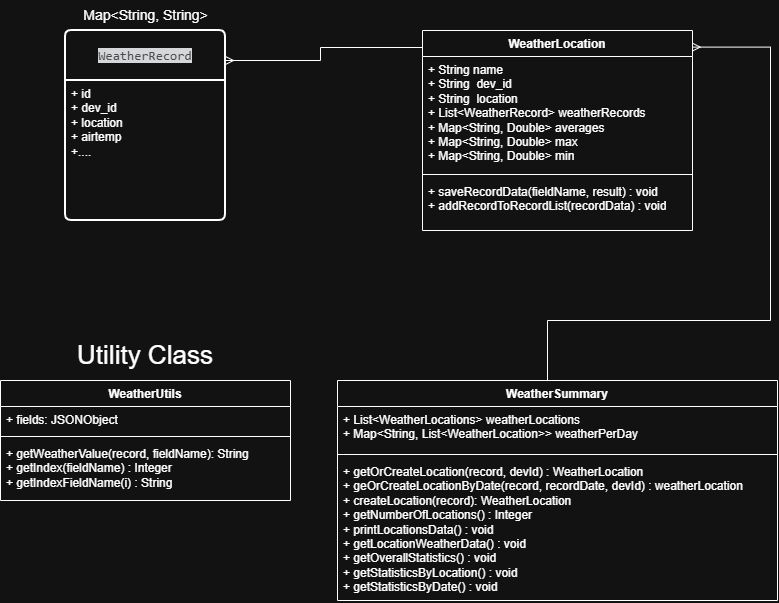
This is media/diagram.png from ilopez-ravn/Weather-Stations-Analysis, a draw.io export, as it was before one commit. Source tidied: cells renumbered, new cells last; positions are measured from the earlier drawing's top-left corner, leaving out a move shared by most shapes.
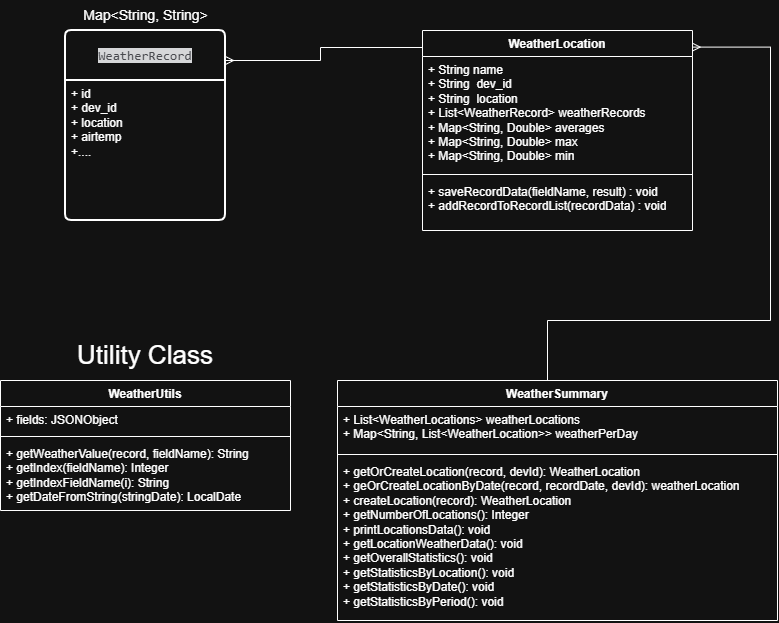
Later version of the same file.

The edit, as a diff of the source:
```diff
@@ -26,7 +26,7 @@
       </mxGeometry>
     </mxCell>
     <mxCell id="6" value="WeatherUtils" style="swimlane;fontStyle=1;align=center;verticalAlign=top;horizontal=1;startSize=26;whiteSpace=wrap;html=1;" parent="1" vertex="1">
-      <mxGeometry y="380" width="290" height="120" as="geometry" />
+      <mxGeometry y="380" width="290" height="130" as="geometry" />
     </mxCell>
     <mxCell id="7" value="+ fields: JSONObject" style="text;strokeColor=none;fillColor=none;align=left;verticalAlign=top;spacingLeft=4;spacingRight=4;overflow=hidden;whiteSpace=wrap;html=1;" parent="6" vertex="1">
       <mxGeometry y="26" width="290" height="26" as="geometry" />
@@ -34,11 +34,11 @@
     <mxCell id="8" style="line;strokeWidth=1;fillColor=none;align=left;verticalAlign=middle;spacingTop=-1;spacingLeft=3;spacingRight=3;labelPosition=right;strokeColor=inherit;" parent="6" vertex="1">
       <mxGeometry y="52" width="290" height="8" as="geometry" />
     </mxCell>
-    <mxCell id="9" value="+ getWeatherValue(record, fieldName): String&lt;div&gt;+&amp;nbsp;getIndex(fieldName) : Integer&lt;/div&gt;&lt;div&gt;+&amp;nbsp;getIndexFieldName(i) : String&lt;/div&gt;" style="text;strokeColor=none;fillColor=none;align=left;verticalAlign=top;spacingLeft=4;spacingRight=4;overflow=hidden;whiteSpace=wrap;html=1;" parent="6" vertex="1">
-      <mxGeometry y="60" width="290" height="60" as="geometry" />
+    <mxCell id="9" value="+ getWeatherValue(record, fieldName): String&lt;div&gt;+&amp;nbsp;getIndex(fieldName): Integer&lt;/div&gt;&lt;div&gt;+&amp;nbsp;getIndexFieldName(i): String&lt;br&gt;+&amp;nbsp;getDateFromString(stringDate): LocalDate&lt;/div&gt;" style="text;strokeColor=none;fillColor=none;align=left;verticalAlign=top;spacingLeft=4;spacingRight=4;overflow=hidden;whiteSpace=wrap;html=1;" parent="6" vertex="1">
+      <mxGeometry y="60" width="290" height="70" as="geometry" />
     </mxCell>
     <mxCell id="10" value="WeatherSummary" style="swimlane;fontStyle=1;align=center;verticalAlign=top;horizontal=1;startSize=26;whiteSpace=wrap;html=1;" parent="1" vertex="1">
-      <mxGeometry x="337" y="380" width="440" height="220" as="geometry" />
+      <mxGeometry x="337" y="380" width="440" height="240" as="geometry" />
     </mxCell>
     <mxCell id="11" value="&lt;div&gt;+ List&amp;lt;WeatherLocations&amp;gt; weatherLocations&lt;/div&gt;&lt;div&gt;+ Map&amp;lt;String, List&amp;lt;WeatherLocation&amp;gt;&amp;gt; weatherPerDay&lt;/div&gt;&lt;div&gt;&lt;br&gt;&lt;/div&gt;" style="text;strokeColor=none;fillColor=none;align=left;verticalAlign=top;spacingLeft=4;spacingRight=4;overflow=hidden;whiteSpace=wrap;html=1;" parent="10" vertex="1">
       <mxGeometry y="26" width="440" height="44" as="geometry" />
@@ -46,8 +46,8 @@
     <mxCell id="12" style="line;strokeWidth=1;fillColor=none;align=left;verticalAlign=middle;spacingTop=-1;spacingLeft=3;spacingRight=3;labelPosition=right;strokeColor=inherit;" parent="10" vertex="1">
       <mxGeometry y="70" width="440" height="8" as="geometry" />
     </mxCell>
-    <mxCell id="13" value="+ getOrCreateLocation(record, devId) : WeatherLocation&lt;div&gt;+ geOrCreateLocationByDate(record, recordDate, devId) : weatherLocation&lt;/div&gt;&lt;div&gt;+ createLocation(record): WeatherLocation&lt;/div&gt;&lt;div&gt;+ getNumberOfLocations() : Integer&lt;/div&gt;&lt;div&gt;+ printLocationsData() : void&lt;/div&gt;&lt;div&gt;+ getLocationWeatherData() : void&lt;/div&gt;&lt;div&gt;+&amp;nbsp;getOverallStatistics() : void&lt;/div&gt;&lt;div&gt;+ getStatisticsByLocation() : void&lt;/div&gt;&lt;div&gt;+ getStatisticsByDate() : void&lt;/div&gt;" style="text;strokeColor=none;fillColor=none;align=left;verticalAlign=top;spacingLeft=4;spacingRight=4;overflow=hidden;whiteSpace=wrap;html=1;" parent="10" vertex="1">
-      <mxGeometry y="78" width="440" height="142" as="geometry" />
+    <mxCell id="13" value="+ getOrCreateLocation(record, devId): WeatherLocation&lt;div&gt;+ geOrCreateLocationByDate(record, recordDate, devId): weatherLocation&lt;/div&gt;&lt;div&gt;+ createLocation(record): WeatherLocation&lt;/div&gt;&lt;div&gt;+ getNumberOfLocations(): Integer&lt;/div&gt;&lt;div&gt;+ printLocationsData(): void&lt;/div&gt;&lt;div&gt;+ getLocationWeatherData(): void&lt;/div&gt;&lt;div&gt;+&amp;nbsp;getOverallStatistics(): void&lt;/div&gt;&lt;div&gt;+ getStatisticsByLocation(): void&lt;/div&gt;&lt;div&gt;+ getStatisticsByDate(): void&lt;/div&gt;&lt;div&gt;+&amp;nbsp;getStatisticsByPeriod(): void&lt;/div&gt;" style="text;strokeColor=none;fillColor=none;align=left;verticalAlign=top;spacingLeft=4;spacingRight=4;overflow=hidden;whiteSpace=wrap;html=1;" parent="10" vertex="1">
+      <mxGeometry y="78" width="440" height="162" as="geometry" />
     </mxCell>
     <mxCell id="14" value="WeatherLocation" style="swimlane;fontStyle=1;align=center;verticalAlign=top;horizontal=1;startSize=26;whiteSpace=wrap;html=1;" parent="1" vertex="1">
       <mxGeometry x="422" y="30" width="270" height="200" as="geometry" />
```
